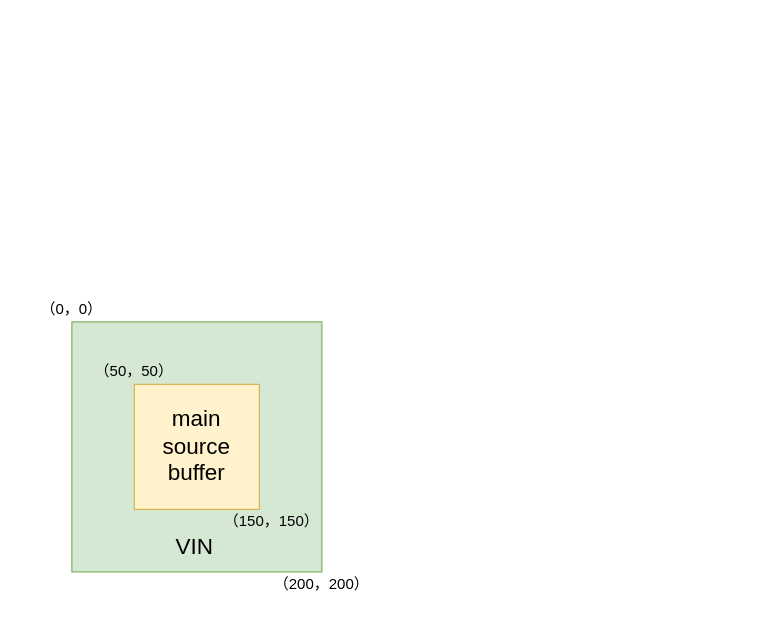
Earlier version of the draw.io diagram amba_privacymask.drawio (SheridanX/diagrams). Source tidied: cells renumbered, new cells numbered last; positions are measured from the earlier drawing's top-left corner, leaving out a move shared by most shapes. Both pictures are drawn from the tidied source at 125%, with x=0, y=0 at pixel (21, 296).
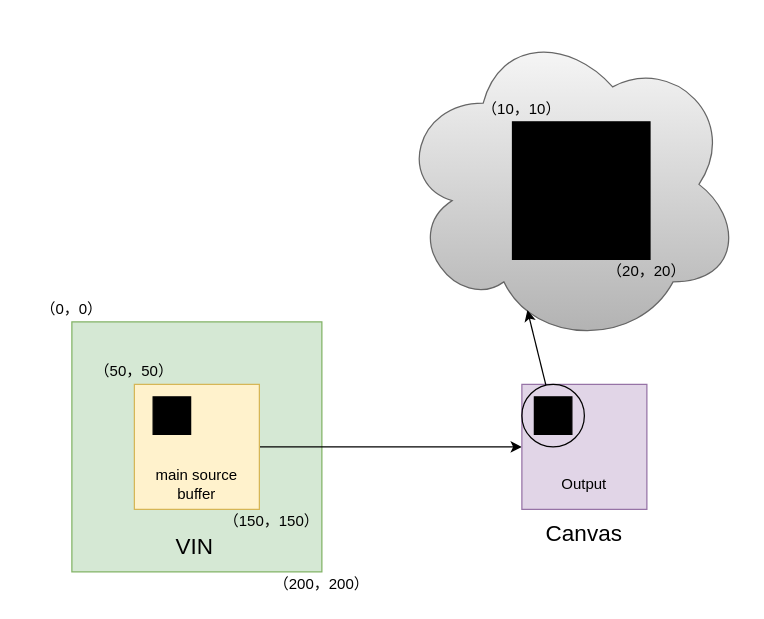
After the change.

The change refers to these unchanged cells:
```xml
<mxCell id="3" style="whiteSpace=wrap;html=1;fillColor=#fff2cc;strokeColor=#d6b656;" parent="1" vertex="1">
  <mxGeometry x="90" y="70" width="100" height="100" as="geometry" />
</mxCell>
```

The edit, as a diff of the source:
```diff
@@
+    <mxCell id="10" style="edgeStyle=orthogonalEdgeStyle;rounded=0;jettySize=auto;html=1;entryX=0;entryY=0.5;entryDx=0;entryDy=0;" parent="1" edge="1" source="3" target="11">
+      <mxGeometry relative="1" as="geometry" />
+    </mxCell>
@@
-    <mxCell id="9" value="&lt;span style=&quot;font-size: 18px&quot;&gt;main source buffer&lt;/span&gt;" style="text;html=1;strokeColor=none;fillColor=none;align=center;verticalAlign=middle;whiteSpace=wrap;rounded=0;" parent="1" vertex="1">
-      <mxGeometry x="120" y="90" width="40" height="60" as="geometry" />
+    <mxCell id="9" value="&lt;font style=&quot;font-size: 12px&quot;&gt;main source buffer&lt;/font&gt;" style="text;html=1;strokeColor=none;fillColor=none;align=center;verticalAlign=middle;whiteSpace=wrap;rounded=0;" parent="1" vertex="1">
+      <mxGeometry x="105" y="120" width="70" height="60" as="geometry" />
     </mxCell>
+    <mxCell id="11" style="whiteSpace=wrap;html=1;fillColor=#e1d5e7;strokeColor=#9673a6;" parent="1" vertex="1">
+      <mxGeometry x="400" y="70" width="100" height="100" as="geometry" />
+    </mxCell>
+    <mxCell id="12" value="&lt;font style=&quot;font-size: 12px&quot;&gt;Output&lt;/font&gt;" style="text;html=1;strokeColor=none;fillColor=none;align=center;verticalAlign=middle;whiteSpace=wrap;rounded=0;" parent="1" vertex="1">
+      <mxGeometry x="405" y="120" width="90" height="60" as="geometry" />
+    </mxCell>
+    <mxCell id="13" style="whiteSpace=wrap;html=1;fillColor=#000000;" parent="1" vertex="1">
+      <mxGeometry x="410" y="80" width="30" height="30" as="geometry" />
+    </mxCell>
+    <mxCell id="14" style="whiteSpace=wrap;html=1;fillColor=#000000;" parent="1" vertex="1">
+      <mxGeometry x="105" y="80" width="30" height="30" as="geometry" />
+    </mxCell>
+    <mxCell id="15" value="&lt;span style=&quot;font-size: 18px&quot;&gt;Canvas&lt;/span&gt;" style="text;html=1;strokeColor=none;fillColor=none;align=center;verticalAlign=middle;whiteSpace=wrap;rounded=0;" parent="1" vertex="1">
+      <mxGeometry x="415" y="180" width="70" height="20" as="geometry" />
+    </mxCell>
+    <mxCell id="16" style="ellipse;shape=cloud;whiteSpace=wrap;html=1;fillColor=#f5f5f5;gradientColor=#b3b3b3;strokeColor=#666666;" parent="1" vertex="1">
+      <mxGeometry x="300" y="-220" width="276.2" height="260" as="geometry" />
+    </mxCell>
+    <mxCell id="17" style="ellipse;whiteSpace=wrap;html=1;fillColor=none;" parent="1" vertex="1">
+      <mxGeometry x="400" y="70" width="50" height="50" as="geometry" />
+    </mxCell>
+    <mxCell id="18" style="endArrow=classic;html=1;entryX=0.378;entryY=0.887;entryDx=0;entryDy=0;entryPerimeter=0;" parent="1" edge="1" source="17" target="16">
+      <mxGeometry relative="1" as="geometry" />
+    </mxCell>
+    <mxCell id="19" style="whiteSpace=wrap;html=1;fillColor=#000000;" parent="1" vertex="1">
+      <mxGeometry x="392.5" y="-140" width="110" height="110" as="geometry" />
+    </mxCell>
+    <mxCell id="20" value="（10，10）" style="text;html=1;strokeColor=none;fillColor=none;align=center;verticalAlign=middle;whiteSpace=wrap;rounded=0;" parent="1" vertex="1">
+      <mxGeometry x="360" y="-160" width="80" height="20" as="geometry" />
+    </mxCell>
+    <mxCell id="21" value="（20，20）" style="text;html=1;strokeColor=none;fillColor=none;align=center;verticalAlign=middle;whiteSpace=wrap;rounded=0;" parent="1" vertex="1">
+      <mxGeometry x="460" y="-30" width="80" height="20" as="geometry" />
+    </mxCell>
```
